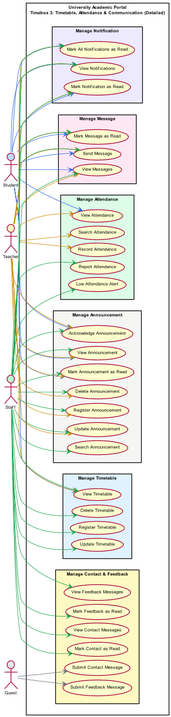
KyawMyoHtay1/academic-portal keeps this PlantUML diagram as out/usecase/Timebox3_UseCaseDiagram/Timebox3_UseCaseDiagram.png. Above is the earlier version.
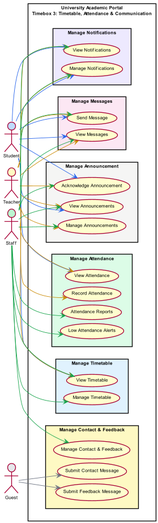
Above is the later version.

Commit message:
Add initial class diagram for Timebox 3: Define classes and relationships for Timetable, Attendance, and Communication components, and generate corresponding PNG images for visualization.

What changed in the source:
```diff
@@ -4,7 +4,7 @@
 skinparam shadowing false
 skinparam dpi 300
 
-scale 0.85
+scale 0.9
 skinparam defaultFontSize 9
 skinparam ranksep 8
 skinparam nodesep 8
@@ -12,112 +12,80 @@
 
 actor "Student" as Student #BFDBFE
 actor "Teacher" as Teacher #FEF9C3
-actor "Staff" as Staff #BBF7D0
-actor "Guest" as Guest #E5E7EB
+actor "Staff"   as Staff   #BBF7D0
+actor "Guest"   as Guest   #E5E7EB
 
-rectangle "University Academic Portal\nTimebox 3: Timetable, Attendance & Communication (Detailed)" #FFFFFF {
+rectangle "University Academic Portal\nTimebox 3: Timetable, Attendance & Communication" #FFFFFF {
 
   rectangle "Manage Timetable" #E0F2FE {
-    usecase "Register Timetable" as UC_T1
-    usecase "Update Timetable" as UC_T2
-    usecase "Delete Timetable" as UC_T3
-    usecase "View Timetable" as UC_T4
+    usecase "Manage Timetable" as UC_TimetableManage
+    usecase "View Timetable"   as UC_TimetableView
   }
 
   rectangle "Manage Attendance" #DCFCE7 {
-    usecase "Record Attendance" as UC_A1
-    usecase "View Attendance" as UC_A2
-    usecase "Search Attendance" as UC_A3
-    usecase "Report Attendance" as UC_A4
-    usecase "Low Attendance Alert" as UC_A5
+    usecase "Record Attendance"       as UC_AttendanceRecord
+    usecase "View Attendance"         as UC_AttendanceView
+    usecase "Attendance Reports"      as UC_AttendanceReport
+    usecase "Low Attendance Alerts"   as UC_AttendanceAlert
   }
 
   rectangle "Manage Announcement" #F5F5F4 {
-    usecase "Register Announcement" as UC_N1
-    usecase "Update Announcement" as UC_N2
-    usecase "Delete Announcement" as UC_N3
-    usecase "View Announcement" as UC_N4
-    usecase "Mark Announcement as Read" as UC_N5
-    usecase "Acknowledge Announcement" as UC_N6
-    usecase "Search Announcement" as UC_N7
+    usecase "Manage Announcements"    as UC_AnnouncementManage
+    usecase "View Announcements"      as UC_AnnouncementView
+    usecase "Acknowledge Announcement" as UC_AnnouncementAck
   }
 
-  rectangle "Manage Message" #FCE7F3 {
-    usecase "Send Message" as UC_M1
-    usecase "View Messages" as UC_M2
-    usecase "Mark Message as Read" as UC_M3
+  rectangle "Manage Messages" #FCE7F3 {
+    usecase "Send Message"  as UC_MessageSend
+    usecase "View Messages" as UC_MessageView
   }
 
   rectangle "Manage Contact & Feedback" #FEF9C3 {
-    usecase "Submit Contact Message" as UC_C0
-    usecase "View Contact Messages" as UC_C1
-    usecase "Mark Contact as Read" as UC_C2
-    usecase "Submit Feedback Message" as UC_F0
-    usecase "View Feedback Messages" as UC_F1
-    usecase "Mark Feedback as Read" as UC_F2
+    usecase "Submit Contact Message"   as UC_ContactSubmit
+    usecase "Submit Feedback Message"  as UC_FeedbackSubmit
+    usecase "Manage Contact & Feedback" as UC_ContactFeedbackManage
   }
 
-  rectangle "Manage Notification" #EDE9FE {
-    usecase "View Notifications" as UC_O1
-    usecase "Mark Notification as Read" as UC_O2
-    usecase "Mark All Notifications as Read" as UC_O3
+  rectangle "Manage Notifications" #EDE9FE {
+    usecase "View Notifications"       as UC_NotificationView
+    usecase "Manage Notifications"     as UC_NotificationManage
   }
 }
 
-Guest -[#6B7280]-> UC_C0
-Guest -[#6B7280]-> UC_F0
+Guest -[#6B7280]-> UC_ContactSubmit
+Guest -[#6B7280]-> UC_FeedbackSubmit
 
-Student -[#2563EB]-> UC_T4
-Student -[#2563EB]-> UC_A2
-Student -[#2563EB]-> UC_N4
-Student -[#2563EB]-> UC_N5
-Student -[#2563EB]-> UC_N6
-Student -[#2563EB]-> UC_M1
-Student -[#2563EB]-> UC_M2
-Student -[#2563EB]-> UC_M3
-Student -[#2563EB]-> UC_O1
-Student -[#2563EB]-> UC_O2
-Student -[#2563EB]-> UC_O3
+Student -[#2563EB]-> UC_TimetableView
+Student -[#2563EB]-> UC_AttendanceView
+Student -[#2563EB]-> UC_AnnouncementView
+Student -[#2563EB]-> UC_AnnouncementAck
+Student -[#2563EB]-> UC_MessageSend
+Student -[#2563EB]-> UC_MessageView
+Student -[#2563EB]-> UC_NotificationView
+Student -[#2563EB]-> UC_NotificationManage
 
-Teacher -[#CA8A04]-> UC_T4
-Teacher -[#CA8A04]-> UC_A1
-Teacher -[#CA8A04]-> UC_A2
-Teacher -[#CA8A04]-> UC_A3
-Teacher -[#CA8A04]-> UC_N1
-Teacher -[#CA8A04]-> UC_N2
-Teacher -[#CA8A04]-> UC_N3
-Teacher -[#CA8A04]-> UC_N4
-Teacher -[#CA8A04]-> UC_N5
-Teacher -[#CA8A04]-> UC_N6
-Teacher -[#CA8A04]-> UC_M1
-Teacher -[#CA8A04]-> UC_M2
-Teacher -[#CA8A04]-> UC_M3
-Teacher -[#CA8A04]-> UC_O1
-Teacher -[#CA8A04]-> UC_O2
-Teacher -[#CA8A04]-> UC_O3
+Teacher -[#CA8A04]-> UC_TimetableView
+Teacher -[#CA8A04]-> UC_AttendanceRecord
+Teacher -[#CA8A04]-> UC_AttendanceView
+Teacher -[#CA8A04]-> UC_AnnouncementManage
+Teacher -[#CA8A04]-> UC_AnnouncementView
+Teacher -[#CA8A04]-> UC_AnnouncementAck
+Teacher -[#CA8A04]-> UC_MessageSend
+Teacher -[#CA8A04]-> UC_MessageView
+Teacher -[#CA8A04]-> UC_NotificationView
+Teacher -[#CA8A04]-> UC_NotificationManage
 
-Staff -[#16A34A]-> UC_T1
-Staff -[#16A34A]-> UC_T2
-Staff -[#16A34A]-> UC_T3
-Staff -[#16A34A]-> UC_T4
-Staff -[#16A34A]-> UC_A4
-Staff -[#16A34A]-> UC_A5
-Staff -[#16A34A]-> UC_N1
-Staff -[#16A34A]-> UC_N2
-Staff -[#16A34A]-> UC_N3
-Staff -[#16A34A]-> UC_N7
-Staff -[#16A34A]-> UC_N4
-Staff -[#16A34A]-> UC_N5
-Staff -[#16A34A]-> UC_N6
-Staff -[#16A34A]-> UC_M1
-Staff -[#16A34A]-> UC_M2
-Staff -[#16A34A]-> UC_M3
-Staff -[#16A34A]-> UC_C1
-Staff -[#16A34A]-> UC_C2
-Staff -[#16A34A]-> UC_F1
-Staff -[#16A34A]-> UC_F2
-Staff -[#16A34A]-> UC_O1
-Staff -[#16A34A]-> UC_O2
-Staff -[#16A34A]-> UC_O3
+Staff -[#16A34A]-> UC_TimetableManage
+Staff -[#16A34A]-> UC_TimetableView
+Staff -[#16A34A]-> UC_AttendanceReport
+Staff -[#16A34A]-> UC_AttendanceAlert
+Staff -[#16A34A]-> UC_AnnouncementManage
+Staff -[#16A34A]-> UC_AnnouncementView
+Staff -[#16A34A]-> UC_AnnouncementAck
+Staff -[#16A34A]-> UC_MessageSend
+Staff -[#16A34A]-> UC_MessageView
+Staff -[#16A34A]-> UC_ContactFeedbackManage
+Staff -[#16A34A]-> UC_NotificationView
+Staff -[#16A34A]-> UC_NotificationManage
 
 @enduml
```
